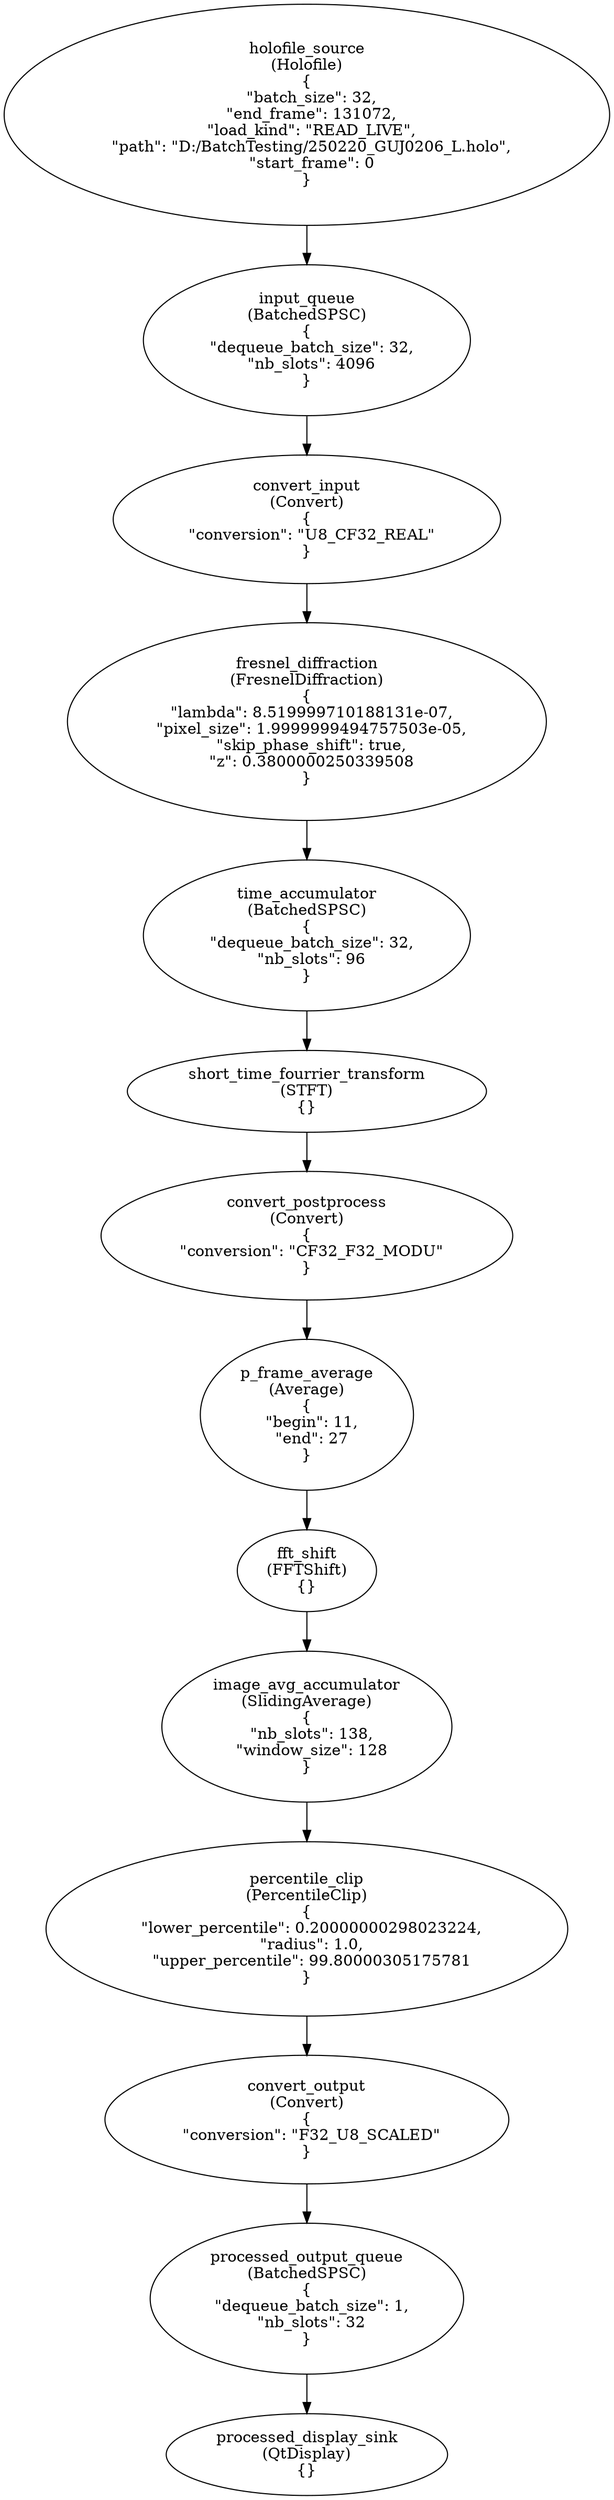
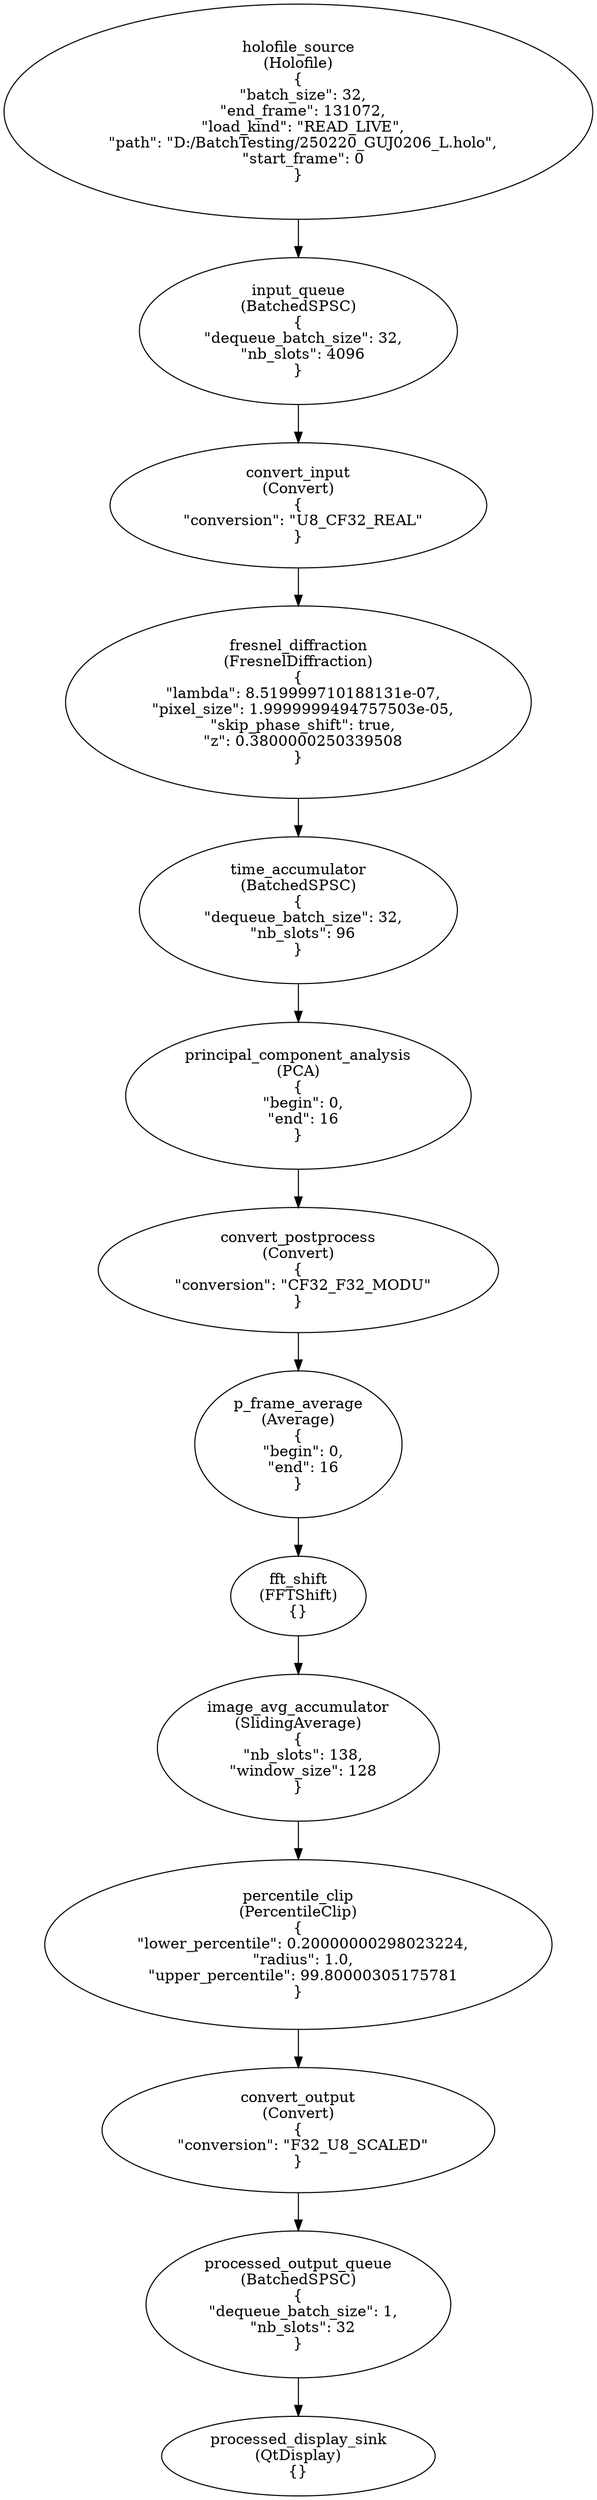
digraph G {
0[label="holofile_source\n(Holofile)\n{
  \"batch_size\": 32,
  \"end_frame\": 131072,
  \"load_kind\": \"READ_LIVE\",
  \"path\": \"D:/BatchTesting/250220_GUJ0206_L.holo\",
  \"start_frame\": 0
}"];
1[label="input_queue\n(BatchedSPSC)\n{
  \"dequeue_batch_size\": 32,
  \"nb_slots\": 4096
}"];
2[label="convert_input\n(Convert)\n{
  \"conversion\": \"U8_CF32_REAL\"
}"];
3[label="fresnel_diffraction\n(FresnelDiffraction)\n{
  \"lambda\": 8.519999710188131e-07,
  \"pixel_size\": 1.9999999494757503e-05,
  \"skip_phase_shift\": true,
  \"z\": 0.3800000250339508
}"];
4[label="time_accumulator\n(BatchedSPSC)\n{
  \"dequeue_batch_size\": 32,
  \"nb_slots\": 96
}"];
- 5[label="short_time_fourrier_transform\n(STFT)\n{}"];
+ 5[label="principal_component_analysis\n(PCA)\n{
+   \"begin\": 0,
+   \"end\": 16
+ }"];
6[label="convert_postprocess\n(Convert)\n{
  \"conversion\": \"CF32_F32_MODU\"
}"];
7[label="p_frame_average\n(Average)\n{
-   \"begin\": 11,
-   \"end\": 27
+   \"begin\": 0,
+   \"end\": 16
}"];
8[label="fft_shift\n(FFTShift)\n{}"];
9[label="image_avg_accumulator\n(SlidingAverage)\n{
  \"nb_slots\": 138,
  \"window_size\": 128
}"];
10[label="percentile_clip\n(PercentileClip)\n{
  \"lower_percentile\": 0.20000000298023224,
  \"radius\": 1.0,
  \"upper_percentile\": 99.80000305175781
}"];
11[label="convert_output\n(Convert)\n{
  \"conversion\": \"F32_U8_SCALED\"
}"];
12[label="processed_output_queue\n(BatchedSPSC)\n{
  \"dequeue_batch_size\": 1,
  \"nb_slots\": 32
}"];
13[label="processed_display_sink\n(QtDisplay)\n{}"];
0->1 ;
1->2 ;
2->3 ;
3->4 ;
4->5 ;
5->6 ;
6->7 ;
7->8 ;
8->9 ;
9->10 ;
10->11 ;
11->12 ;
12->13 ;
}
